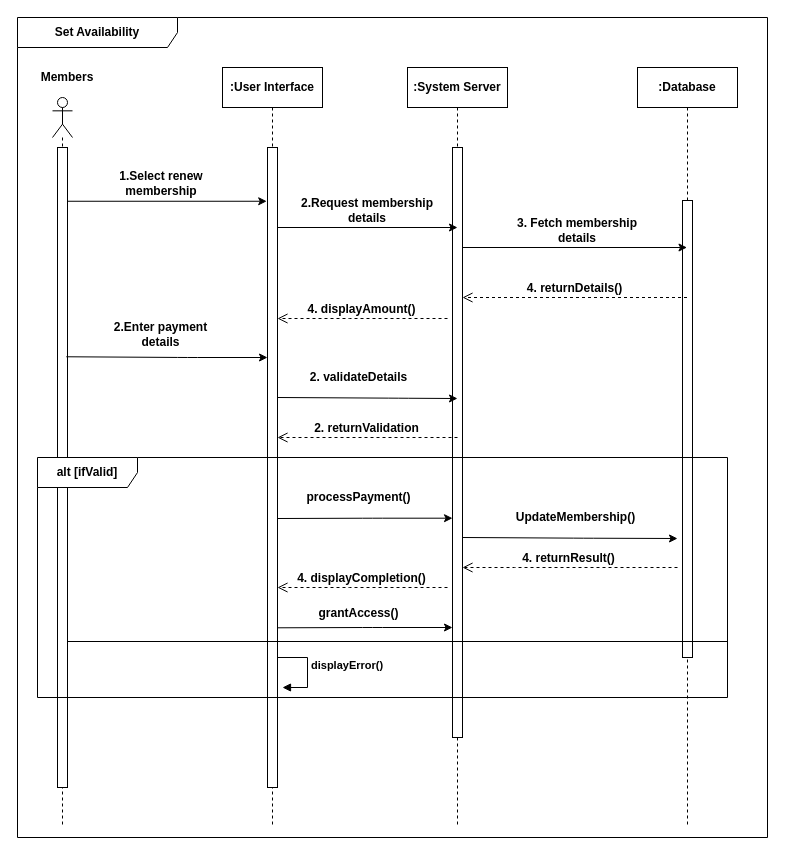
This is page "Page-13" (13 of 13) of Diagram/Sequence Diagram.drawio from AmilaDissanayake/Group_CS21, a draw.io file, before an edit. Source tidied: cells renumbered, new cells numbered last; positions are measured from the earlier drawing's top-left corner, leaving out a move shared by most shapes. Both pictures are drawn from the tidied source at 100%, with x=0, y=0 at pixel (17, 17).
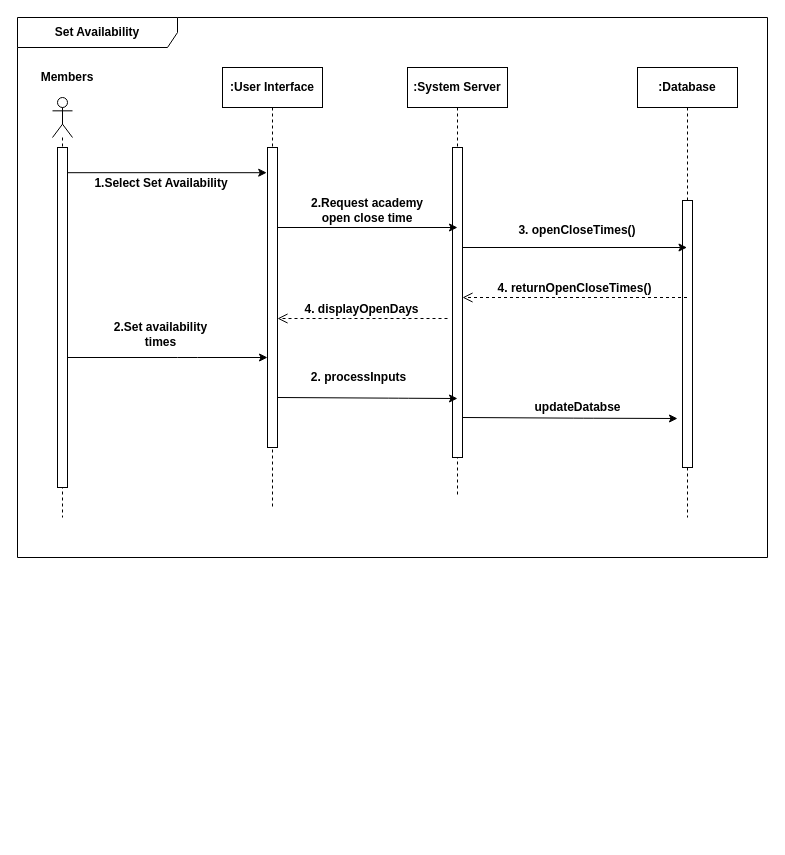
The same page after the edit.

Diff of the diagram source:
```diff
@@
     <mxCell id="2" value="&lt;b&gt;Set Availability&lt;/b&gt;" style="shape=umlFrame;whiteSpace=wrap;html=1;width=160;height=30;" parent="1" vertex="1">
-      <mxGeometry width="750" height="820" as="geometry" />
+      <mxGeometry width="750" height="540" as="geometry" />
     </mxCell>
     <mxCell id="3" style="shape=umlLifeline;participant=umlActor;perimeter=lifelinePerimeter;whiteSpace=wrap;html=1;verticalAlign=top;spacingTop=36;size=40;" parent="1" vertex="1">
-      <mxGeometry x="35" y="80" width="20" height="730" as="geometry" />
+      <mxGeometry x="35" y="80" width="20" height="420" as="geometry" />
     </mxCell>
     <mxCell id="4" value="&lt;b&gt;:User Interface&lt;/b&gt;" style="shape=umlLifeline;perimeter=lifelinePerimeter;whiteSpace=wrap;html=1;" parent="1" vertex="1">
-      <mxGeometry x="205" y="50" width="100" height="760" as="geometry" />
+      <mxGeometry x="205" y="50" width="100" height="440" as="geometry" />
     </mxCell>
@@
     <mxCell id="6" value="&lt;b&gt;:System Server&lt;/b&gt;" style="shape=umlLifeline;perimeter=lifelinePerimeter;whiteSpace=wrap;html=1;" parent="1" vertex="1">
-      <mxGeometry x="390" y="50" width="100" height="760" as="geometry" />
+      <mxGeometry x="390" y="50" width="100" height="430" as="geometry" />
     </mxCell>
     <mxCell id="7" value="&lt;b&gt;:Database&lt;/b&gt;" style="shape=umlLifeline;perimeter=lifelinePerimeter;whiteSpace=wrap;html=1;outlineConnect=0;" parent="1" vertex="1">
-      <mxGeometry x="620" y="50" width="100" height="760" as="geometry" />
+      <mxGeometry x="620" y="50" width="100" height="450" as="geometry" />
     </mxCell>
     <mxCell id="8" style="html=1;points=[];perimeter=orthogonalPerimeter;" parent="1" vertex="1">
-      <mxGeometry x="40" y="130" width="10" height="640" as="geometry" />
+      <mxGeometry x="40" y="130" width="10" height="340" as="geometry" />
     </mxCell>
     <mxCell id="9" style="html=1;points=[];perimeter=orthogonalPerimeter;" parent="1" vertex="1">
-      <mxGeometry x="250" y="130" width="10" height="640" as="geometry" />
+      <mxGeometry x="250" y="130" width="10" height="300" as="geometry" />
     </mxCell>
     <mxCell id="10" style="html=1;perimeter=orthogonalPerimeter;" parent="1" vertex="1">
-      <mxGeometry x="435" y="130" width="10" height="590" as="geometry" />
+      <mxGeometry x="435" y="130" width="10" height="310" as="geometry" />
     </mxCell>
@@
-    <mxCell id="12" value="&lt;b&gt;1.Select renew membership&lt;/b&gt;" style="text;html=1;strokeColor=none;fillColor=none;align=center;verticalAlign=middle;whiteSpace=wrap;rounded=0;" parent="1" vertex="1">
+    <mxCell id="12" value="&lt;b&gt;1.Select Set Availability&lt;/b&gt;" style="text;html=1;strokeColor=none;fillColor=none;align=center;verticalAlign=middle;whiteSpace=wrap;rounded=0;" parent="1" vertex="1">
       <mxGeometry x="73.7" y="156" width="140" height="20" as="geometry" />
     </mxCell>
-    <mxCell id="13" style="endArrow=classic;html=1;exitX=0.88;exitY=0.327;exitDx=0;exitDy=0;exitPerimeter=0;" parent="1" edge="1" source="8" target="9">
+    <mxCell id="13" style="endArrow=classic;html=1;" parent="1" edge="1" target="9">
       <mxGeometry relative="1" as="geometry">
+        <mxPoint x="50" y="340" as="sourcePoint" />
         <Array as="points">
           <mxPoint x="170" y="340" />
         </Array>
       </mxGeometry>
     </mxCell>
-    <mxCell id="14" value="&lt;b&gt;2.Enter payment details&lt;/b&gt;" style="text;html=1;strokeColor=none;fillColor=none;align=center;verticalAlign=middle;whiteSpace=wrap;rounded=0;" parent="1" vertex="1">
+    <mxCell id="14" value="&lt;b&gt;2.Set availability times&lt;/b&gt;" style="text;html=1;strokeColor=none;fillColor=none;align=center;verticalAlign=middle;whiteSpace=wrap;rounded=0;" parent="1" vertex="1">
       <mxGeometry x="82.4" y="307" width="122.6" height="20" as="geometry" />
     </mxCell>
     <mxCell id="15" style="html=1;perimeter=orthogonalPerimeter;" parent="1" vertex="1">
-      <mxGeometry x="665" y="183" width="10" height="457" as="geometry" />
+      <mxGeometry x="665" y="183" width="10" height="267" as="geometry" />
     </mxCell>
@@
-    <mxCell id="17" value="&lt;b&gt;2.Request membership details&lt;/b&gt;" style="text;html=1;strokeColor=none;fillColor=none;align=center;verticalAlign=middle;whiteSpace=wrap;rounded=0;" parent="1" vertex="1">
+    <mxCell id="17" value="&lt;b&gt;2.Request academy open close time&lt;/b&gt;" style="text;html=1;strokeColor=none;fillColor=none;align=center;verticalAlign=middle;whiteSpace=wrap;rounded=0;" parent="1" vertex="1">
       <mxGeometry x="280" y="183" width="140" height="20" as="geometry" />
     </mxCell>
@@
-    <mxCell id="19" value="&lt;b&gt;3. Fetch membership details&lt;/b&gt;" style="text;html=1;strokeColor=none;fillColor=none;align=center;verticalAlign=middle;whiteSpace=wrap;rounded=0;" parent="1" vertex="1">
+    <mxCell id="19" value="&lt;b&gt;3. openCloseTimes()&lt;/b&gt;" style="text;html=1;strokeColor=none;fillColor=none;align=center;verticalAlign=middle;whiteSpace=wrap;rounded=0;" parent="1" vertex="1">
       <mxGeometry x="490" y="203" width="140" height="20" as="geometry" />
     </mxCell>
-    <mxCell id="20" value="&lt;b&gt;&lt;font style=&quot;font-size: 12px&quot;&gt;4. returnDetails()&lt;/font&gt;&lt;/b&gt;" style="html=1;verticalAlign=bottom;endArrow=open;dashed=1;endSize=8;" parent="1" edge="1" source="7">
+    <mxCell id="20" value="&lt;b&gt;&lt;font style=&quot;font-size: 12px&quot;&gt;4. returnOpenCloseTimes()&lt;/font&gt;&lt;/b&gt;" style="html=1;verticalAlign=bottom;endArrow=open;dashed=1;endSize=8;" parent="1" edge="1" source="7">
       <mxGeometry x="0.01" relative="1" as="geometry">
         <mxPoint x="445" y="280" as="targetPoint" />
         <Array as="points">
           <mxPoint x="507" y="280" />
         </Array>
       </mxGeometry>
     </mxCell>
-    <mxCell id="21" value="&lt;b&gt;&lt;font style=&quot;font-size: 12px&quot;&gt;4. displayAmount()&lt;/font&gt;&lt;/b&gt;" style="html=1;verticalAlign=bottom;endArrow=open;dashed=1;endSize=8;" parent="1" edge="1">
+    <mxCell id="21" value="&lt;b&gt;&lt;font style=&quot;font-size: 12px&quot;&gt;4. displayOpenDays&lt;/font&gt;&lt;/b&gt;" style="html=1;verticalAlign=bottom;endArrow=open;dashed=1;endSize=8;" parent="1" edge="1">
       <mxGeometry x="0.01" relative="1" as="geometry">
         <mxPoint x="430" y="301" as="sourcePoint" />
         <mxPoint x="260" y="301" as="targetPoint" />
         <Array as="points">
           <mxPoint x="322" y="301" />
         </Array>
       </mxGeometry>
     </mxCell>
@@
-    <mxCell id="23" value="&lt;b&gt;2. validateDetails&lt;/b&gt;" style="text;html=1;strokeColor=none;fillColor=none;align=center;verticalAlign=middle;whiteSpace=wrap;rounded=0;" parent="1" vertex="1">
+    <mxCell id="23" value="&lt;b&gt;2. processInputs&lt;/b&gt;" style="text;html=1;strokeColor=none;fillColor=none;align=center;verticalAlign=middle;whiteSpace=wrap;rounded=0;" parent="1" vertex="1">
       <mxGeometry x="280" y="350" width="122.6" height="20" as="geometry" />
     </mxCell>
-    <mxCell id="24" value="&lt;b&gt;&lt;font style=&quot;font-size: 12px&quot;&gt;2. returnValidation&lt;/font&gt;&lt;/b&gt;" style="html=1;verticalAlign=bottom;endArrow=open;dashed=1;endSize=8;" parent="1" edge="1">
-      <mxGeometry x="0.01" relative="1" as="geometry">
-        <mxPoint x="440" y="420" as="sourcePoint" />
-        <mxPoint x="260" y="420" as="targetPoint" />
-      </mxGeometry>
-    </mxCell>
-    <mxCell id="25" value="&lt;b&gt;alt [ifValid]&lt;/b&gt;" style="shape=umlFrame;whiteSpace=wrap;html=1;width=100;height=30;" parent="1" vertex="1">
-      <mxGeometry x="20" y="440" width="690" height="240" as="geometry" />
-    </mxCell>
-    <mxCell id="26" style="endArrow=classic;html=1;" parent="1" edge="1">
-      <mxGeometry relative="1" as="geometry">
-        <mxPoint x="260" y="501" as="sourcePoint" />
-        <mxPoint x="435" y="500.7" as="targetPoint" />
-        <Array as="points">
-          <mxPoint x="355" y="500.7" />
-        </Array>
-      </mxGeometry>
-    </mxCell>
-    <mxCell id="27" value="&lt;b&gt;processPayment()&lt;/b&gt;" style="text;html=1;strokeColor=none;fillColor=none;align=center;verticalAlign=middle;whiteSpace=wrap;rounded=0;" parent="1" vertex="1">
-      <mxGeometry x="280" y="470" width="122.6" height="20" as="geometry" />
-    </mxCell>
-    <mxCell id="28" value="&lt;b&gt;UpdateMembership()&lt;/b&gt;" style="text;html=1;strokeColor=none;fillColor=none;align=center;verticalAlign=middle;whiteSpace=wrap;rounded=0;" parent="1" vertex="1">
-      <mxGeometry x="497.4" y="490" width="122.6" height="20" as="geometry" />
-    </mxCell>
-    <mxCell id="29" style="endArrow=classic;html=1;exitX=0.88;exitY=0.327;exitDx=0;exitDy=0;exitPerimeter=0;" parent="1" edge="1">
-      <mxGeometry relative="1" as="geometry">
-        <mxPoint x="445" y="520" as="sourcePoint" />
-        <mxPoint x="660" y="521" as="targetPoint" />
-        <Array as="points">
-          <mxPoint x="566.2" y="520.7" />
-        </Array>
-      </mxGeometry>
-    </mxCell>
-    <mxCell id="30" value="&lt;b&gt;&lt;font style=&quot;font-size: 12px&quot;&gt;4. returnResult()&lt;/font&gt;&lt;/b&gt;" style="html=1;verticalAlign=bottom;endArrow=open;dashed=1;endSize=8;" parent="1" edge="1">
-      <mxGeometry x="0.01" relative="1" as="geometry">
-        <mxPoint x="660" y="550" as="sourcePoint" />
-        <mxPoint x="445" y="550" as="targetPoint" />
-        <Array as="points">
-          <mxPoint x="507" y="550" />
-        </Array>
-      </mxGeometry>
-    </mxCell>
-    <mxCell id="31" value="&lt;b&gt;&lt;font style=&quot;font-size: 12px&quot;&gt;4. displayCompletion()&lt;/font&gt;&lt;/b&gt;" style="html=1;verticalAlign=bottom;endArrow=open;dashed=1;endSize=8;" parent="1" edge="1">
-      <mxGeometry x="0.01" relative="1" as="geometry">
-        <mxPoint x="430" y="570" as="sourcePoint" />
-        <mxPoint x="260" y="570" as="targetPoint" />
-        <Array as="points">
-          <mxPoint x="322" y="570" />
-        </Array>
-      </mxGeometry>
-    </mxCell>
-    <mxCell id="32" style="line;strokeWidth=1;fillColor=none;align=left;verticalAlign=middle;spacingTop=-1;spacingLeft=3;spacingRight=3;labelPosition=right;" parent="1" vertex="1">
-      <mxGeometry x="50" y="620" width="660" height="8" as="geometry" />
-    </mxCell>
-    <mxCell id="33" style="endArrow=classic;html=1;" parent="1" edge="1">
-      <mxGeometry relative="1" as="geometry">
-        <mxPoint x="260" y="610.3" as="sourcePoint" />
-        <mxPoint x="435" y="610" as="targetPoint" />
-        <Array as="points">
-          <mxPoint x="355" y="610" />
-        </Array>
-      </mxGeometry>
-    </mxCell>
-    <mxCell id="34" value="&lt;b&gt;grantAccess()&lt;/b&gt;" style="text;html=1;strokeColor=none;fillColor=none;align=center;verticalAlign=middle;whiteSpace=wrap;rounded=0;" parent="1" vertex="1">
-      <mxGeometry x="280" y="586" width="122.6" height="20" as="geometry" />
-    </mxCell>
-    <mxCell id="35" value="&lt;b&gt;displayError()&lt;/b&gt;" style="edgeStyle=orthogonalEdgeStyle;html=1;align=left;spacingLeft=2;endArrow=block;rounded=0;entryX=1;entryY=0;" parent="1" edge="1">
-      <mxGeometry relative="1" as="geometry">
-        <mxPoint x="260" y="650" as="sourcePoint" />
-        <mxPoint x="265" y="670" as="targetPoint" />
-        <Array as="points">
-          <mxPoint x="260" y="640" />
-          <mxPoint x="290" y="640" />
-          <mxPoint x="290" y="670" />
-        </Array>
-      </mxGeometry>
-    </mxCell>
+    <mxCell id="36" value="&lt;b&gt;updateDatabse&lt;/b&gt;" style="text;html=1;strokeColor=none;fillColor=none;align=center;verticalAlign=middle;whiteSpace=wrap;rounded=0;" parent="1" vertex="1">
+      <mxGeometry x="498.7" y="380" width="122.6" height="20" as="geometry" />
+    </mxCell>
+    <mxCell id="37" style="endArrow=classic;html=1;exitX=0.88;exitY=0.327;exitDx=0;exitDy=0;exitPerimeter=0;" parent="1" edge="1">
+      <mxGeometry relative="1" as="geometry">
+        <mxPoint x="445" y="400" as="sourcePoint" />
+        <mxPoint x="660" y="401" as="targetPoint" />
+        <Array as="points">
+          <mxPoint x="566.2" y="400.7" />
+        </Array>
+      </mxGeometry>
+    </mxCell>
```
